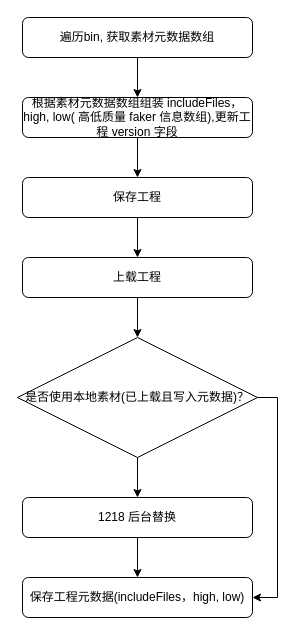
This is page "Page-1" (1 of 2) of 未命名绘图.drawio from inkn/drawio, a draw.io file, before an edit. Source tidied: cells renumbered, new cells numbered last; positions are measured from the earlier drawing's top-left corner, leaving out a move shared by most shapes. Both pictures are drawn from the tidied source at 100%, with x=0, y=0 at pixel (17, 17).
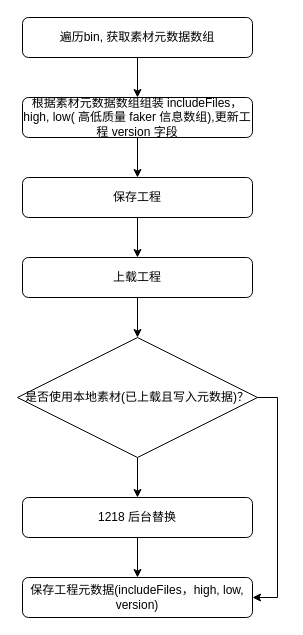
The same diagram, later.

What changed in the source:
```diff
@@
 <mxGraphModel>
   <root>
     <mxCell id="0" />
     <mxCell id="1" parent="0" />
     <mxCell id="2" style="edgeStyle=orthogonalEdgeStyle;rounded=0;jettySize=auto;html=1;entryX=0.5;entryY=0;entryDx=0;entryDy=0;" parent="1" edge="1" source="3" target="5">
       <mxGeometry relative="1" as="geometry" />
     </mxCell>
     <mxCell id="3" value="遍历bin, 获取素材元数据数组" style="rounded=1;whiteSpace=wrap;html=1;fontSize=12;glass=0;strokeWidth=1;shadow=0;" parent="1" vertex="1">
       <mxGeometry x="5" width="230" height="40" as="geometry" />
     </mxCell>
     <mxCell id="4" style="edgeStyle=orthogonalEdgeStyle;rounded=0;jettySize=auto;html=1;" parent="1" edge="1" source="5" target="7">
       <mxGeometry relative="1" as="geometry" />
     </mxCell>
     <mxCell id="5" value="根据素材元数据数组组装 includeFiles，high, low( 高低质量 faker 信息数组),更新工程 version 字段" style="rounded=1;whiteSpace=wrap;html=1;fontSize=12;glass=0;strokeWidth=1;shadow=0;" parent="1" vertex="1">
       <mxGeometry x="5" y="80" width="230" height="40" as="geometry" />
     </mxCell>
     <mxCell id="6" style="edgeStyle=orthogonalEdgeStyle;rounded=0;jettySize=auto;html=1;" parent="1" edge="1" source="7" target="9">
       <mxGeometry relative="1" as="geometry" />
     </mxCell>
     <mxCell id="7" value="保存工程" style="rounded=1;whiteSpace=wrap;html=1;fontSize=12;glass=0;strokeWidth=1;shadow=0;" parent="1" vertex="1">
       <mxGeometry x="5" y="160" width="230" height="40" as="geometry" />
     </mxCell>
     <mxCell id="8" style="edgeStyle=orthogonalEdgeStyle;rounded=0;jettySize=auto;html=1;" parent="1" edge="1" source="9" target="12">
       <mxGeometry relative="1" as="geometry" />
     </mxCell>
     <mxCell id="9" value="上载工程" style="rounded=1;whiteSpace=wrap;html=1;fontSize=12;glass=0;strokeWidth=1;shadow=0;" parent="1" vertex="1">
       <mxGeometry x="5" y="240" width="230" height="40" as="geometry" />
     </mxCell>
     <mxCell id="10" style="edgeStyle=orthogonalEdgeStyle;rounded=0;jettySize=auto;html=1;" parent="1" edge="1" source="12" target="14">
       <mxGeometry relative="1" as="geometry" />
     </mxCell>
     <mxCell id="11" style="edgeStyle=orthogonalEdgeStyle;rounded=0;jettySize=auto;html=1;entryX=1;entryY=0.5;entryDx=0;entryDy=0;" parent="1" edge="1" source="12" target="15">
       <mxGeometry relative="1" as="geometry">
         <Array as="points">
           <mxPoint x="260" y="380" />
           <mxPoint x="260" y="580" />
         </Array>
       </mxGeometry>
     </mxCell>
     <mxCell id="12" value="是否使用本地素材(已上载且写入元数据)？" style="rhombus;whiteSpace=wrap;html=1;" parent="1" vertex="1">
       <mxGeometry y="320" width="240" height="120" as="geometry" />
     </mxCell>
     <mxCell id="13" style="edgeStyle=orthogonalEdgeStyle;rounded=0;jettySize=auto;html=1;" parent="1" edge="1" source="14" target="15">
       <mxGeometry relative="1" as="geometry" />
     </mxCell>
     <mxCell id="14" value="1218 后台替换" style="rounded=1;whiteSpace=wrap;html=1;fontSize=12;glass=0;strokeWidth=1;shadow=0;" parent="1" vertex="1">
       <mxGeometry x="5" y="480" width="230" height="40" as="geometry" />
     </mxCell>
-    <mxCell id="15" value="保存工程元数据(includeFiles，high, low)" style="rounded=1;whiteSpace=wrap;html=1;fontSize=12;glass=0;strokeWidth=1;shadow=0;" parent="1" vertex="1">
+    <mxCell id="15" value="保存工程元数据(includeFiles，high, low, version)" style="rounded=1;whiteSpace=wrap;html=1;fontSize=12;glass=0;strokeWidth=1;shadow=0;" parent="1" vertex="1">
       <mxGeometry x="5" y="560" width="230" height="40" as="geometry" />
     </mxCell>
   </root>
 </mxGraphModel>
```
